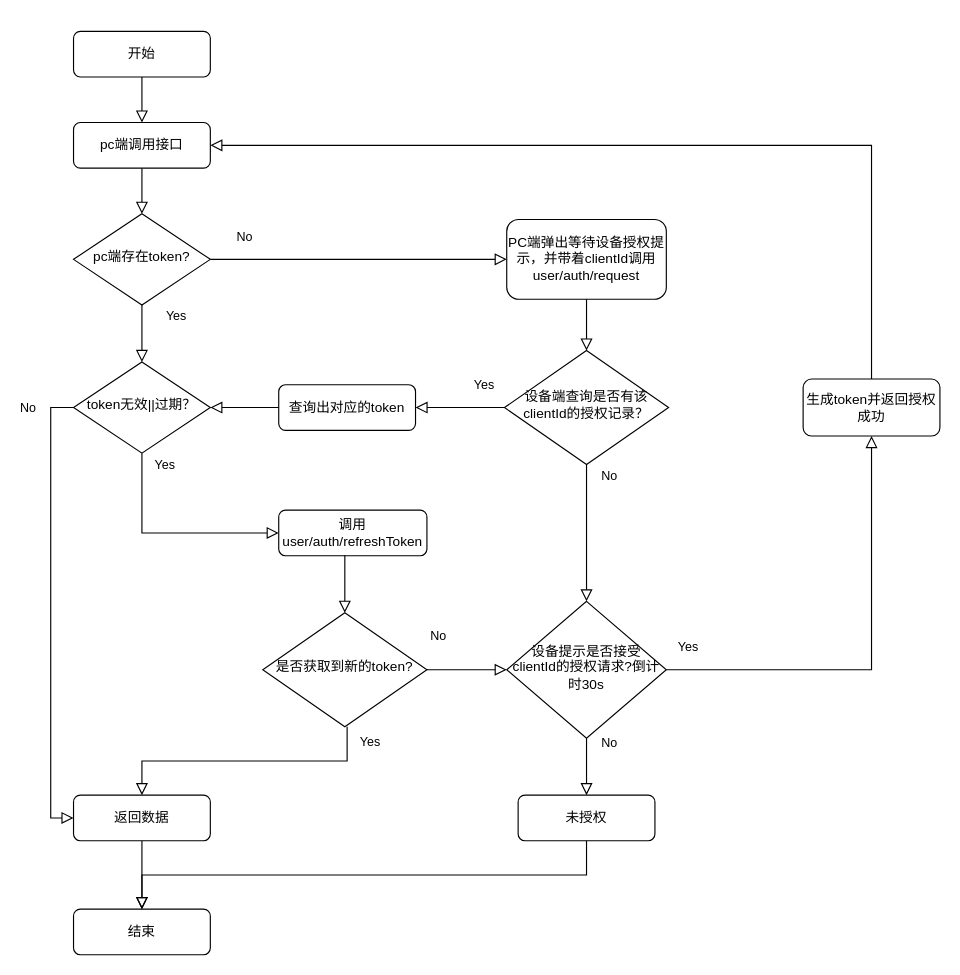
Above: 设备端授权流程.drawio in gmyboy/software-architecture (draw.io), before the change. Source tidied: cells renumbered, new cells numbered last; positions are measured from the earlier drawing's top-left corner, leaving out a move shared by most shapes. Both pictures are drawn from the tidied source at 114%, with x=0, y=0 at pixel (50, 31).
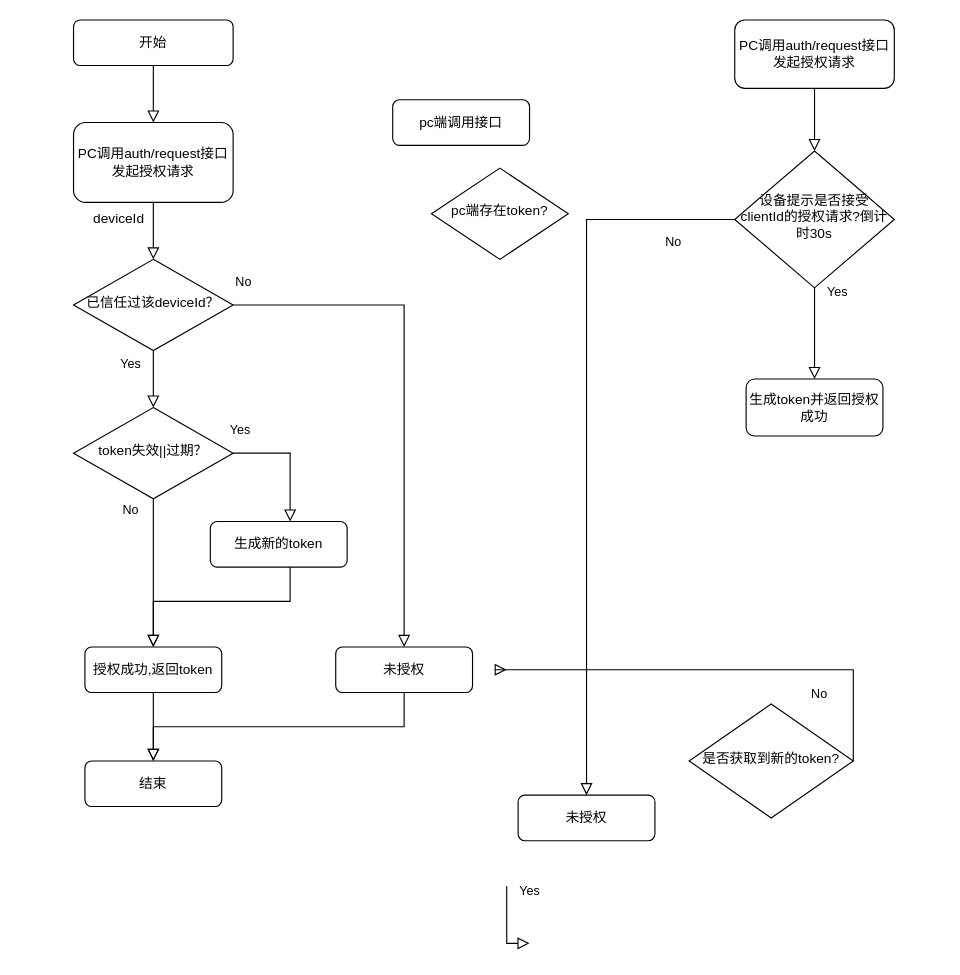
Above is the later version.

Commit message:
更新设备端授权流程.drawio

Unchanged cells that the change refers to:
```xml
<mxCell id="28" value="未授权" style="rounded=1;whiteSpace=wrap;html=1;fontSize=12;glass=0;strokeWidth=1;shadow=0;" parent="1" vertex="1">
  <mxGeometry x="410" y="670" width="120" height="40" as="geometry" />
</mxCell>
```

Diff of the diagram source:
```diff
@@
-    <mxCell id="2" style="rounded=0;html=1;jettySize=auto;fontSize=11;endArrow=block;endFill=0;endSize=8;strokeWidth=1;shadow=0;labelBackgroundColor=none;edgeStyle=orthogonalEdgeStyle;" parent="1" edge="1" source="3" target="25">
+    <mxCell id="2" style="rounded=0;html=1;jettySize=auto;fontSize=11;endArrow=block;endFill=0;endSize=8;strokeWidth=1;shadow=0;labelBackgroundColor=none;edgeStyle=orthogonalEdgeStyle;" parent="1" edge="1" source="3" target="7">
       <mxGeometry relative="1" as="geometry" />
     </mxCell>
     <mxCell id="3" value="开始" style="rounded=1;whiteSpace=wrap;html=1;fontSize=12;glass=0;strokeWidth=1;shadow=0;" parent="1" vertex="1">
-      <mxGeometry x="20" width="120" height="40" as="geometry" />
+      <mxGeometry x="20" y="-10" width="140" height="40" as="geometry" />
     </mxCell>
-    <mxCell id="4" value="Yes" style="rounded=0;html=1;jettySize=auto;fontSize=11;endArrow=block;endFill=0;endSize=8;strokeWidth=1;shadow=0;labelBackgroundColor=none;edgeStyle=orthogonalEdgeStyle;" parent="1" edge="1" source="6" target="9">
-      <mxGeometry x="-0.6" y="30" relative="1" as="geometry" />
-    </mxCell>
-    <mxCell id="5" value="No" style="edgeStyle=orthogonalEdgeStyle;rounded=0;html=1;jettySize=auto;fontSize=11;endArrow=block;endFill=0;endSize=8;strokeWidth=1;shadow=0;labelBackgroundColor=none;" parent="1" edge="1" source="6" target="7">
-      <mxGeometry x="-0.77" y="20" relative="1" as="geometry" />
-    </mxCell>
     <mxCell id="6" value="pc端存在token?" style="rhombus;whiteSpace=wrap;html=1;shadow=0;fontFamily=Helvetica;fontSize=12;align=center;strokeWidth=1;spacing=6;spacingTop=-4;" parent="1" vertex="1">
-      <mxGeometry x="20" y="160" width="120" height="80" as="geometry" />
+      <mxGeometry x="334" y="120" width="120" height="80" as="geometry" />
     </mxCell>
-    <mxCell id="7" value="PC端弹出等待设备授权提示，并带着clientId调用user/auth/request" style="rounded=1;whiteSpace=wrap;html=1;fontSize=12;glass=0;strokeWidth=1;shadow=0;" parent="1" vertex="1">
-      <mxGeometry x="400" y="165" width="140" height="70" as="geometry" />
+    <mxCell id="7" value="PC调用auth/request接口发起授权请求" style="rounded=1;whiteSpace=wrap;html=1;fontSize=12;glass=0;strokeWidth=1;shadow=0;" parent="1" vertex="1">
+      <mxGeometry x="20" y="80" width="140" height="70" as="geometry" />
     </mxCell>
-    <mxCell id="8" value="Yes" style="edgeStyle=orthogonalEdgeStyle;rounded=0;html=1;jettySize=auto;fontSize=11;endArrow=block;endFill=0;endSize=8;strokeWidth=1;shadow=0;labelBackgroundColor=none;" parent="1" edge="1" source="9" target="11">
+    <mxCell id="8" value="Yes" style="edgeStyle=orthogonalEdgeStyle;rounded=0;html=1;jettySize=auto;fontSize=11;endArrow=block;endFill=0;endSize=8;strokeWidth=1;shadow=0;labelBackgroundColor=none;exitX=1;exitY=0.5;exitDx=0;exitDy=0;" parent="1" edge="1" source="9" target="11">
       <mxGeometry x="-0.89" y="20" relative="1" as="geometry">
         <Array as="points">
-          <mxPoint x="80" y="440" />
+          <mxPoint x="210" y="370" />
         </Array>
       </mxGeometry>
     </mxCell>
-    <mxCell id="9" value="token无效||过期？" style="rhombus;whiteSpace=wrap;html=1;shadow=0;fontFamily=Helvetica;fontSize=12;align=center;strokeWidth=1;spacing=6;spacingTop=-4;" parent="1" vertex="1">
-      <mxGeometry x="20" y="290" width="120" height="80" as="geometry" />
+    <mxCell id="9" value="token失效||过期？" style="rhombus;whiteSpace=wrap;html=1;shadow=0;fontFamily=Helvetica;fontSize=12;align=center;strokeWidth=1;spacing=6;spacingTop=-4;" parent="1" vertex="1">
+      <mxGeometry x="20" y="330" width="140" height="80" as="geometry" />
     </mxCell>
     <mxCell id="10" value="结束" style="rounded=1;whiteSpace=wrap;html=1;fontSize=12;glass=0;strokeWidth=1;shadow=0;" parent="1" vertex="1">
-      <mxGeometry x="20" y="770" width="120" height="40" as="geometry" />
+      <mxGeometry x="30" y="640" width="120" height="40" as="geometry" />
     </mxCell>
-    <mxCell id="11" value="调用user/auth/refreshToken" style="rounded=1;whiteSpace=wrap;html=1;fontSize=12;glass=0;strokeWidth=1;shadow=0;" parent="1" vertex="1">
-      <mxGeometry x="200" y="420" width="130" height="40" as="geometry" />
+    <mxCell id="11" value="生成新的token" style="rounded=1;whiteSpace=wrap;html=1;fontSize=12;glass=0;strokeWidth=1;shadow=0;" parent="1" vertex="1">
+      <mxGeometry x="140" y="430" width="120" height="40" as="geometry" />
     </mxCell>
     <mxCell id="12" value="生成token并返回授权成功" style="rounded=1;whiteSpace=wrap;html=1;fontSize=12;glass=0;strokeWidth=1;shadow=0;" parent="1" vertex="1">
-      <mxGeometry x="660" y="305" width="120" height="50" as="geometry" />
+      <mxGeometry x="610" y="305" width="120" height="50" as="geometry" />
     </mxCell>
@@
-    <mxCell id="14" value="设备端查询是否有该clientId的授权记录？" style="rhombus;whiteSpace=wrap;html=1;shadow=0;fontFamily=Helvetica;fontSize=12;align=center;strokeWidth=1;spacing=6;spacingTop=-4;" parent="1" vertex="1">
-      <mxGeometry x="398" y="280" width="144" height="100" as="geometry" />
-    </mxCell>
-    <mxCell id="15" value="No" style="rounded=0;html=1;jettySize=auto;fontSize=11;endArrow=block;endFill=0;endSize=8;strokeWidth=1;shadow=0;labelBackgroundColor=none;edgeStyle=orthogonalEdgeStyle;exitX=0.5;exitY=1;exitDx=0;exitDy=0;" parent="1" edge="1" source="14" target="22">
-      <mxGeometry x="-0.83" y="20" relative="1" as="geometry">
+    <mxCell id="15" value="No" style="rounded=0;html=1;jettySize=auto;fontSize=11;endArrow=block;endFill=0;endSize=8;strokeWidth=1;shadow=0;labelBackgroundColor=none;edgeStyle=orthogonalEdgeStyle;exitX=1;exitY=0.5;exitDx=0;exitDy=0;entryX=0.5;entryY=0;entryDx=0;entryDy=0;" parent="1" edge="1" source="14" target="35">
+      <mxGeometry x="-0.96" y="20" relative="1" as="geometry">
         <Array as="points">
-          <mxPoint x="470" y="410" />
-          <mxPoint x="470" y="410" />
+          <mxPoint x="310" y="240" />
         </Array>
       </mxGeometry>
     </mxCell>
-    <mxCell id="16" value="Yes" style="rounded=0;html=1;jettySize=auto;fontSize=11;endArrow=block;endFill=0;endSize=8;strokeWidth=1;shadow=0;labelBackgroundColor=none;edgeStyle=orthogonalEdgeStyle;exitX=0;exitY=0.5;exitDx=0;exitDy=0;" parent="1" edge="1" source="14" target="18">
-      <mxGeometry x="-0.54" y="-20" relative="1" as="geometry">
-        <Array as="points">
-          <mxPoint x="360" y="330" />
-          <mxPoint x="360" y="330" />
-        </Array>
-      </mxGeometry>
+    <mxCell id="16" value="Yes" style="rounded=0;html=1;jettySize=auto;fontSize=11;endArrow=block;endFill=0;endSize=8;strokeWidth=1;shadow=0;labelBackgroundColor=none;edgeStyle=orthogonalEdgeStyle;exitX=0.5;exitY=1;exitDx=0;exitDy=0;" parent="1" edge="1" source="14" target="9">
+      <mxGeometry x="-0.54" y="-20" relative="1" as="geometry" />
     </mxCell>
@@
-    <mxCell id="18" value="查询出对应的token" style="rounded=1;whiteSpace=wrap;html=1;fontSize=12;glass=0;strokeWidth=1;shadow=0;" parent="1" vertex="1">
-      <mxGeometry x="200" y="310" width="120" height="40" as="geometry" />
-    </mxCell>
-    <mxCell id="19" value="返回数据" style="rounded=1;whiteSpace=wrap;html=1;fontSize=12;glass=0;strokeWidth=1;shadow=0;" parent="1" vertex="1">
-      <mxGeometry x="20" y="670" width="120" height="40" as="geometry" />
+    <mxCell id="19" value="授权成功,返回token" style="rounded=1;whiteSpace=wrap;html=1;fontSize=12;glass=0;strokeWidth=1;shadow=0;" parent="1" vertex="1">
+      <mxGeometry x="30" y="540" width="120" height="40" as="geometry" />
     </mxCell>
-    <mxCell id="20" value="No" style="edgeStyle=orthogonalEdgeStyle;rounded=0;html=1;jettySize=auto;fontSize=11;endArrow=block;endFill=0;endSize=8;strokeWidth=1;shadow=0;labelBackgroundColor=none;" parent="1" edge="1" source="9" target="19">
-      <mxGeometry x="-0.9" y="-20" relative="1" as="geometry">
-        <Array as="points">
-          <mxPoint y="330" />
-          <mxPoint y="690" />
-        </Array>
-      </mxGeometry>
-    </mxCell>
-    <mxCell id="21" style="edgeStyle=orthogonalEdgeStyle;rounded=0;jettySize=auto;html=1;endArrow=block;endFill=0;endSize=8;" parent="1" edge="1" source="18" target="9">
-      <mxGeometry relative="1" as="geometry">
-        <Array as="points">
-          <mxPoint x="190" y="330" />
-          <mxPoint x="190" y="330" />
-        </Array>
-      </mxGeometry>
-    </mxCell>
     <mxCell id="22" value="设备提示是否接受clientId的授权请求?倒计时30s" style="rhombus;whiteSpace=wrap;html=1;shadow=0;fontFamily=Helvetica;fontSize=12;align=center;strokeWidth=1;spacing=6;spacingTop=-4;" parent="1" vertex="1">
-      <mxGeometry x="400" y="500" width="140" height="120" as="geometry" />
+      <mxGeometry x="600" y="105" width="140" height="120" as="geometry" />
     </mxCell>
-    <mxCell id="23" value="No" style="edgeStyle=orthogonalEdgeStyle;rounded=0;html=1;jettySize=auto;fontSize=11;endArrow=block;endFill=0;endSize=8;strokeWidth=1;shadow=0;labelBackgroundColor=none;exitX=0.5;exitY=1;exitDx=0;exitDy=0;" parent="1" edge="1" source="22" target="28">
+    <mxCell id="23" value="No" style="edgeStyle=orthogonalEdgeStyle;rounded=0;html=1;jettySize=auto;fontSize=11;endArrow=block;endFill=0;endSize=8;strokeWidth=1;shadow=0;labelBackgroundColor=none;" parent="1" edge="1" source="22" target="28">
       <mxGeometry x="-0.83" y="20" relative="1" as="geometry">
         <Array as="points">
-          <mxPoint x="470" y="640" />
-          <mxPoint x="470" y="640" />
+          <mxPoint x="470" y="165" />
         </Array>
       </mxGeometry>
     </mxCell>
-    <mxCell id="24" value="Yes" style="edgeStyle=orthogonalEdgeStyle;rounded=0;html=1;jettySize=auto;fontSize=11;endArrow=block;endFill=0;endSize=8;strokeWidth=1;shadow=0;labelBackgroundColor=none;" parent="1" edge="1" source="22" target="12">
+    <mxCell id="24" value="Yes" style="edgeStyle=orthogonalEdgeStyle;rounded=0;html=1;jettySize=auto;fontSize=11;endArrow=block;endFill=0;endSize=8;strokeWidth=1;shadow=0;labelBackgroundColor=none;exitX=0.5;exitY=1;exitDx=0;exitDy=0;" parent="1" edge="1" source="22" target="12">
       <mxGeometry x="-0.9" y="20" relative="1" as="geometry">
         <Array as="points">
-          <mxPoint x="720" y="560" />
+          <mxPoint x="670" y="280" />
+          <mxPoint x="670" y="280" />
         </Array>
       </mxGeometry>
     </mxCell>
     <mxCell id="25" value="pc端调用接口" style="rounded=1;whiteSpace=wrap;html=1;fontSize=12;glass=0;strokeWidth=1;shadow=0;" parent="1" vertex="1">
-      <mxGeometry x="20" y="80" width="120" height="40" as="geometry" />
+      <mxGeometry x="300" y="60" width="120" height="40" as="geometry" />
     </mxCell>
-    <mxCell id="26" style="rounded=0;html=1;jettySize=auto;fontSize=11;endArrow=block;endFill=0;endSize=8;strokeWidth=1;shadow=0;labelBackgroundColor=none;edgeStyle=orthogonalEdgeStyle;" parent="1" edge="1" source="25" target="6">
-      <mxGeometry relative="1" as="geometry" />
-    </mxCell>
-    <mxCell id="27" style="rounded=0;html=1;jettySize=auto;fontSize=11;endArrow=block;endFill=0;endSize=8;strokeWidth=1;shadow=0;labelBackgroundColor=none;edgeStyle=orthogonalEdgeStyle;entryX=1;entryY=0.5;entryDx=0;entryDy=0;" parent="1" edge="1" source="12" target="25">
-      <mxGeometry relative="1" as="geometry">
-        <Array as="points">
-          <mxPoint x="720" y="100" />
-        </Array>
-      </mxGeometry>
-    </mxCell>
@@
-    <mxCell id="29" style="edgeStyle=orthogonalEdgeStyle;rounded=0;jettySize=auto;html=1;endArrow=block;endFill=0;endSize=8;startArrow=none;" parent="1" edge="1" source="28" target="10">
-      <mxGeometry relative="1" as="geometry">
-        <Array as="points">
-          <mxPoint x="470" y="740" />
-          <mxPoint x="80" y="740" />
-        </Array>
-      </mxGeometry>
-    </mxCell>
     <mxCell id="30" value="是否获取到新的token?" style="rhombus;whiteSpace=wrap;html=1;shadow=0;fontFamily=Helvetica;fontSize=12;align=center;strokeWidth=1;spacing=6;spacingTop=-4;" parent="1" vertex="1">
-      <mxGeometry x="186" y="510" width="144" height="100" as="geometry" />
+      <mxGeometry x="560" y="590" width="144" height="100" as="geometry" />
     </mxCell>
-    <mxCell id="31" style="rounded=0;html=1;jettySize=auto;fontSize=11;endArrow=block;endFill=0;endSize=8;strokeWidth=1;shadow=0;labelBackgroundColor=none;edgeStyle=orthogonalEdgeStyle;exitX=0.446;exitY=0.988;exitDx=0;exitDy=0;exitPerimeter=0;" parent="1" edge="1" source="11" target="30">
-      <mxGeometry relative="1" as="geometry" />
+    <mxCell id="31" style="rounded=0;html=1;jettySize=auto;fontSize=11;endArrow=block;endFill=0;endSize=8;strokeWidth=1;shadow=0;labelBackgroundColor=none;edgeStyle=orthogonalEdgeStyle;" parent="1" edge="1" source="11" target="19">
+      <mxGeometry relative="1" as="geometry">
+        <Array as="points">
+          <mxPoint x="210" y="500" />
+          <mxPoint x="90" y="500" />
+        </Array>
+      </mxGeometry>
     </mxCell>
-    <mxCell id="32" value="Yes" style="edgeStyle=orthogonalEdgeStyle;rounded=0;html=1;jettySize=auto;fontSize=11;endArrow=block;endFill=0;endSize=8;strokeWidth=1;shadow=0;labelBackgroundColor=none;" parent="1" edge="1" target="19">
+    <mxCell id="32" value="Yes" style="edgeStyle=orthogonalEdgeStyle;rounded=0;html=1;jettySize=auto;orthogonalLoop=1;fontSize=11;endArrow=block;endFill=0;endSize=8;strokeWidth=1;shadow=0;labelBackgroundColor=none;" parent="1" edge="1">
       <mxGeometry x="-0.89" y="20" relative="1" as="geometry">
-        <mxPoint x="260" y="610" as="sourcePoint" />
+        <mxPoint x="400" y="750" as="sourcePoint" />
+        <mxPoint x="420" y="800" as="targetPoint" />
         <Array as="points">
-          <mxPoint x="260" y="640" />
-          <mxPoint x="80" y="640" />
+          <mxPoint x="400" y="800" />
         </Array>
       </mxGeometry>
     </mxCell>
@@
+    <mxCell id="14" value="已信任过该deviceId？" style="rhombus;whiteSpace=wrap;html=1;shadow=0;fontFamily=Helvetica;fontSize=12;align=center;strokeWidth=1;spacing=6;spacingTop=-4;" parent="1" vertex="1">
+      <mxGeometry x="20" y="200" width="140" height="80" as="geometry" />
+    </mxCell>
+    <mxCell id="34" value="deviceId" style="text;html=1;strokeColor=none;fillColor=none;align=center;verticalAlign=middle;whiteSpace=wrap;rounded=0;" parent="1" vertex="1">
+      <mxGeometry x="30" y="150" width="60" height="30" as="geometry" />
+    </mxCell>
+    <mxCell id="20" value="No" style="edgeStyle=orthogonalEdgeStyle;rounded=0;html=1;jettySize=auto;fontSize=11;endArrow=block;endFill=0;endSize=8;strokeWidth=1;shadow=0;labelBackgroundColor=none;entryX=0.5;entryY=0;entryDx=0;entryDy=0;" parent="1" edge="1" source="9" target="19">
+      <mxGeometry x="-0.85" y="-20" relative="1" as="geometry" />
+    </mxCell>
+    <mxCell id="35" value="未授权" style="rounded=1;whiteSpace=wrap;html=1;fontSize=12;glass=0;strokeWidth=1;shadow=0;" parent="1" vertex="1">
+      <mxGeometry x="250" y="540" width="120" height="40" as="geometry" />
+    </mxCell>
+    <mxCell id="36" style="rounded=0;html=1;jettySize=auto;fontSize=11;endArrow=block;endFill=0;endSize=8;strokeWidth=1;shadow=0;labelBackgroundColor=none;edgeStyle=orthogonalEdgeStyle;exitX=0.5;exitY=1;exitDx=0;exitDy=0;" parent="1" edge="1" source="35" target="10">
+      <mxGeometry relative="1" as="geometry" />
+    </mxCell>
+    <mxCell id="37" style="edgeStyle=orthogonalEdgeStyle;rounded=0;jettySize=auto;html=1;endArrow=block;endFill=0;endSize=8;" parent="1" edge="1" source="38" target="22">
+      <mxGeometry relative="1" as="geometry" />
+    </mxCell>
+    <mxCell id="38" value="PC调用auth/request接口发起授权请求" style="rounded=1;whiteSpace=wrap;html=1;fontSize=12;glass=0;strokeWidth=1;shadow=0;" parent="1" vertex="1">
+      <mxGeometry x="600" y="-10" width="140" height="60" as="geometry" />
+    </mxCell>
```
